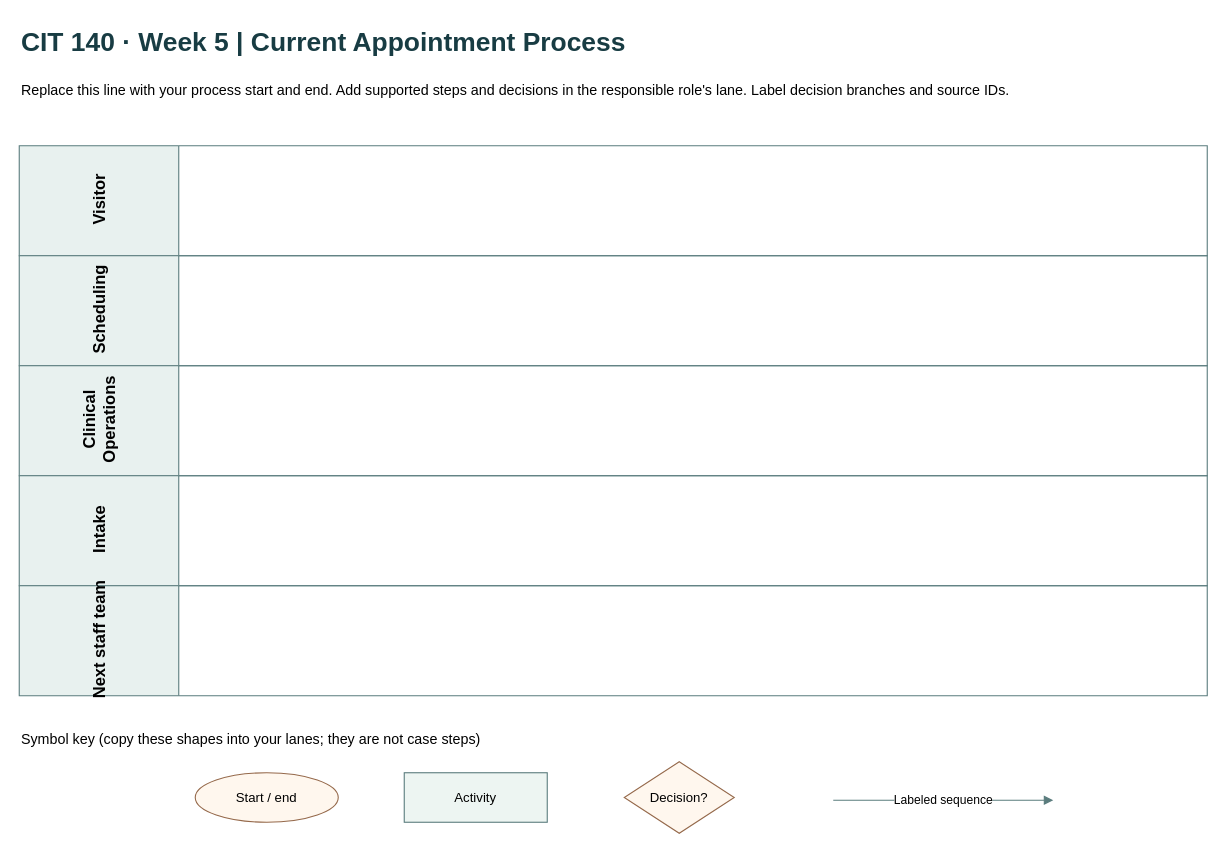
Before: page "Current Process" (1 of 2) of Week05_How_does_the_work_happen_now/CIT140_Week05_Process_Model_Starter.drawio in Acetamin1102/CIT140-Portfolio, a draw.io diagram. Source tidied: cells renumbered, new cells numbered last; positions are measured from the earlier drawing's top-left corner, leaving out a move shared by most shapes. Both pictures are drawn from the tidied source at 110%, with x=0, y=0 at pixel (19, 19).
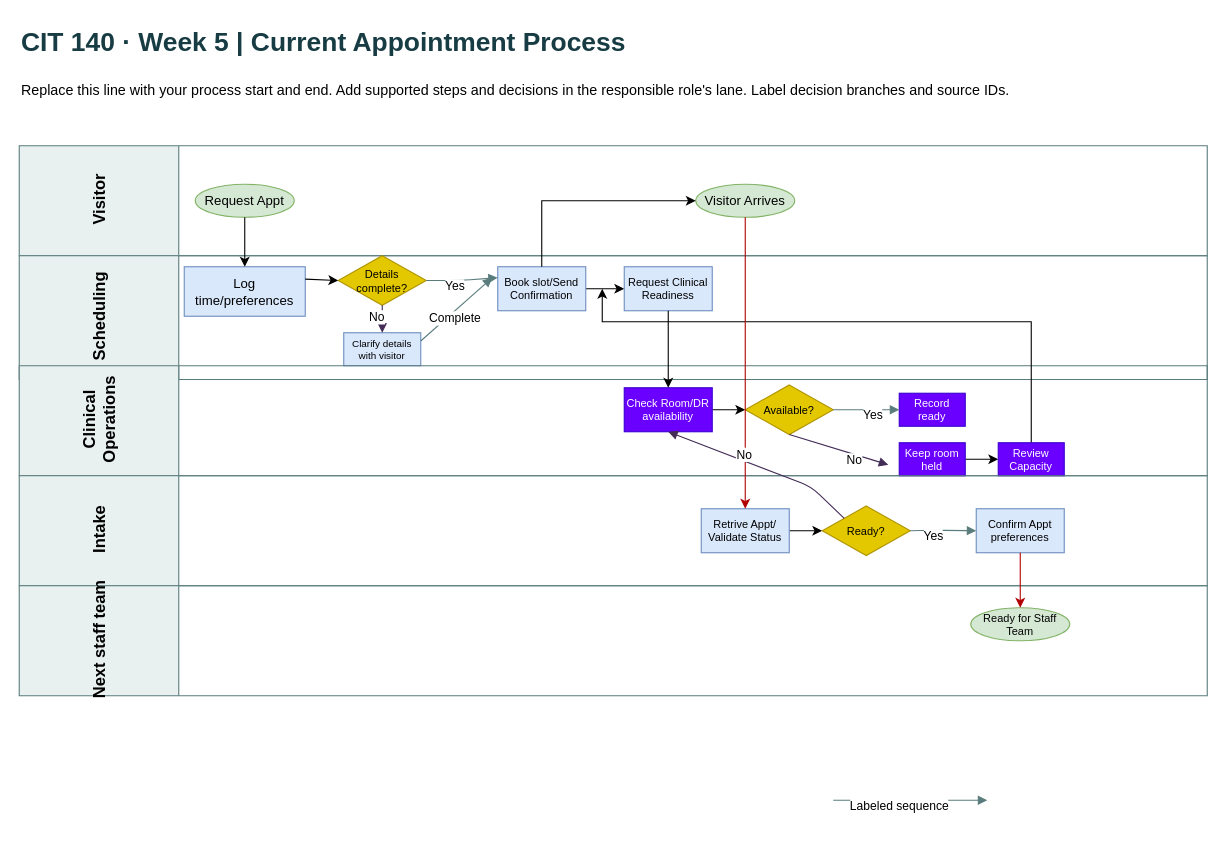
Above is the later version.

The change refers to these unchanged cells:
```xml
<mxCell id="4" value="Visitor" style="swimlane;horizontal=0;startSize=145;html=1;fillColor=#e8f1ef;strokeColor=#5a7c7d;fontSize=15;fontStyle=1;" parent="1" vertex="1">
  <mxGeometry y="115" width="1080" height="100" as="geometry" />
</mxCell>
```

What changed in the source:
```diff
@@
+    <mxCell id="10" value="Request Appt" style="ellipse;whiteSpace=wrap;html=1;fillColor=#d5e8d4;strokeColor=#82b366;" parent="4" vertex="1">
+      <mxGeometry x="160" y="35" width="90" height="30" as="geometry" />
+    </mxCell>
+    <mxCell id="14" value="Visitor Arrives" style="ellipse;whiteSpace=wrap;html=1;fillColor=#d5e8d4;strokeColor=#82b366;" parent="4" vertex="1">
+      <mxGeometry x="615" y="35" width="90" height="30" as="geometry" />
+    </mxCell>
     <mxCell id="5" value="Scheduling" style="swimlane;horizontal=0;startSize=145;html=1;fillColor=#e8f1ef;strokeColor=#5a7c7d;fontSize=15;fontStyle=1;" parent="1" vertex="1">
-      <mxGeometry y="215" width="1080" height="100" as="geometry" />
+      <mxGeometry y="215" width="1080" height="112.5" as="geometry" />
     </mxCell>
-    <mxCell id="6" value="Clinical&lt;br&gt;Operations" style="swimlane;horizontal=0;startSize=145;html=1;fillColor=#e8f1ef;strokeColor=#5a7c7d;fontSize=15;fontStyle=1;" parent="1" vertex="1">
-      <mxGeometry y="315" width="1080" height="100" as="geometry" />
-    </mxCell>
-    <mxCell id="7" value="Intake" style="swimlane;horizontal=0;startSize=145;html=1;fillColor=#e8f1ef;strokeColor=#5a7c7d;fontSize=15;fontStyle=1;" parent="1" vertex="1">
-      <mxGeometry y="415" width="1080" height="100" as="geometry" />
-    </mxCell>
-    <mxCell id="8" value="Next staff team" style="swimlane;horizontal=0;startSize=145;html=1;fillColor=#e8f1ef;strokeColor=#5a7c7d;fontSize=15;fontStyle=1;" parent="1" vertex="1">
-      <mxGeometry y="515" width="1080" height="100" as="geometry" />
-    </mxCell>
-    <mxCell id="9" value="Symbol key (copy these shapes into your lanes; they are not case steps)" style="text;html=1;fontSize=13;align=left;" parent="1" vertex="1">
-      <mxGeometry y="640" width="1080" height="30" as="geometry" />
-    </mxCell>
-    <mxCell id="10" value="Start / end" style="ellipse;whiteSpace=wrap;html=1;fillColor=#fff7ee;strokeColor=#95694b;" parent="1" vertex="1">
-      <mxGeometry x="160" y="685" width="130" height="45" as="geometry" />
-    </mxCell>
-    <mxCell id="11" value="Activity" style="rounded=0;whiteSpace=wrap;html=1;fillColor=#edf5f2;strokeColor=#5a7c7d;" parent="1" vertex="1">
-      <mxGeometry x="350" y="685" width="130" height="45" as="geometry" />
+    <mxCell id="11" value="Log time/preferences" style="rounded=0;whiteSpace=wrap;html=1;fillColor=#dae8fc;strokeColor=#6c8ebf;" parent="5" vertex="1">
+      <mxGeometry x="150" y="10" width="110" height="45" as="geometry" />
     </mxCell>
-    <mxCell id="12" value="Decision?" style="rhombus;whiteSpace=wrap;html=1;fillColor=#fff7ee;strokeColor=#95694b;" parent="1" vertex="1">
-      <mxGeometry x="550" y="675" width="100" height="65" as="geometry" />
+    <mxCell id="12" value="Details complete?" style="rhombus;whiteSpace=wrap;html=1;fillColor=#e3c800;strokeColor=#B09500;fontSize=10;fontColor=#000000;" parent="5" vertex="1">
+      <mxGeometry x="290" width="80" height="45" as="geometry" />
     </mxCell>
+    <mxCell id="15" value="Clarify details with visitor" style="rounded=0;whiteSpace=wrap;html=1;fillColor=#dae8fc;strokeColor=#6c8ebf;fontSize=9;" parent="5" vertex="1">
+      <mxGeometry x="295" y="70" width="70" height="30" as="geometry" />
+    </mxCell>
+    <mxCell id="16" value="No" style="endArrow=block;html=1;strokeColor=#432D57;exitX=0.5;exitY=1;exitDx=0;exitDy=0;entryX=0.5;entryY=0;entryDx=0;entryDy=0;fillColor=#76608a;" parent="5" edge="1" source="12" target="15">
+      <mxGeometry x="-0.14" y="-5" relative="1" as="geometry" />
+    </mxCell>
+    <mxCell id="17" style="endArrow=classic;html=1;rounded=0;exitX=1;exitY=0.25;exitDx=0;exitDy=0;entryX=0;entryY=0.5;entryDx=0;entryDy=0;" parent="5" edge="1" source="11" target="12">
+      <mxGeometry relative="1" as="geometry" />
+    </mxCell>
+    <mxCell id="18" style="edgeStyle=orthogonalEdgeStyle;rounded=0;jettySize=auto;html=1;entryX=0;entryY=0.5;entryDx=0;entryDy=0;" parent="5" edge="1" source="19" target="21">
+      <mxGeometry relative="1" as="geometry" />
+    </mxCell>
+    <mxCell id="19" value="Book slot/Send Confirmation" style="rounded=0;whiteSpace=wrap;html=1;fillColor=#dae8fc;strokeColor=#6c8ebf;fontSize=10;" parent="5" vertex="1">
+      <mxGeometry x="435" y="10" width="80" height="40" as="geometry" />
+    </mxCell>
+    <mxCell id="20" value="Yes" style="endArrow=block;html=1;strokeColor=#5a7c7d;exitX=1;exitY=0.5;exitDx=0;exitDy=0;entryX=0;entryY=0.25;entryDx=0;entryDy=0;" parent="5" edge="1" source="12" target="19">
+      <mxGeometry x="-0.2" y="-5" relative="1" as="geometry">
+        <Array as="points">
+          <mxPoint x="400" y="22.5" />
+        </Array>
+      </mxGeometry>
+    </mxCell>
+    <mxCell id="21" value="Request Clinical Readiness" style="rounded=0;whiteSpace=wrap;html=1;fillColor=#dae8fc;strokeColor=#6c8ebf;fontSize=10;" parent="5" vertex="1">
+      <mxGeometry x="550" y="10" width="80" height="40" as="geometry" />
+    </mxCell>
+    <mxCell id="6" value="Clinical&lt;br&gt;Operations" style="swimlane;horizontal=0;startSize=145;html=1;fillColor=#e8f1ef;strokeColor=#5a7c7d;fontSize=15;fontStyle=1;" parent="1" vertex="1">
+      <mxGeometry y="315" width="1080" height="100" as="geometry" />
+    </mxCell>
+    <mxCell id="22" style="edgeStyle=orthogonalEdgeStyle;rounded=0;jettySize=auto;html=1;entryX=0;entryY=0.5;entryDx=0;entryDy=0;" parent="6" edge="1" source="23" target="24">
+      <mxGeometry relative="1" as="geometry" />
+    </mxCell>
+    <mxCell id="23" value="Check Room/DR availability" style="rounded=0;whiteSpace=wrap;html=1;fillColor=#6a00ff;strokeColor=#3700CC;fontSize=10;fontColor=#ffffff;" parent="6" vertex="1">
+      <mxGeometry x="550" y="20" width="80" height="40" as="geometry" />
+    </mxCell>
+    <mxCell id="24" value="Available?" style="rhombus;whiteSpace=wrap;html=1;fillColor=#e3c800;strokeColor=#B09500;fontSize=10;fontColor=#000000;" parent="6" vertex="1">
+      <mxGeometry x="660" y="17.5" width="80" height="45" as="geometry" />
+    </mxCell>
+    <mxCell id="25" style="edgeStyle=orthogonalEdgeStyle;rounded=0;jettySize=auto;html=1;" parent="6" edge="1" source="26" target="30">
+      <mxGeometry relative="1" as="geometry" />
+    </mxCell>
+    <mxCell id="26" value="Keep room held" style="rounded=0;whiteSpace=wrap;html=1;fillColor=#6a00ff;strokeColor=#3700CC;fontSize=10;fontColor=#ffffff;" parent="6" vertex="1">
+      <mxGeometry x="800" y="70" width="60" height="30" as="geometry" />
+    </mxCell>
+    <mxCell id="27" value="Record ready" style="rounded=0;whiteSpace=wrap;html=1;fillColor=#6a00ff;strokeColor=#3700CC;fontSize=10;fontColor=#ffffff;" parent="6" vertex="1">
+      <mxGeometry x="800" y="25" width="60" height="30" as="geometry" />
+    </mxCell>
+    <mxCell id="28" value="Yes" style="endArrow=block;html=1;strokeColor=#5a7c7d;exitX=1;exitY=0.5;exitDx=0;exitDy=0;entryX=0;entryY=0.5;entryDx=0;entryDy=0;" parent="6" edge="1" source="24" target="27">
+      <mxGeometry x="0.2" y="-5" relative="1" as="geometry" />
+    </mxCell>
+    <mxCell id="29" style="edgeStyle=orthogonalEdgeStyle;rounded=0;jettySize=auto;html=1;" parent="6" edge="1" source="30">
+      <mxGeometry relative="1" as="geometry">
+        <mxPoint x="530" y="-70" as="targetPoint" />
+        <Array as="points">
+          <mxPoint x="920" y="-40" />
+          <mxPoint x="530" y="-40" />
+        </Array>
+      </mxGeometry>
+    </mxCell>
+    <mxCell id="30" value="Review Capacity" style="rounded=0;whiteSpace=wrap;html=1;fillColor=#6a00ff;strokeColor=#3700CC;fontSize=10;fontColor=#ffffff;" parent="6" vertex="1">
+      <mxGeometry x="890" y="70" width="60" height="30" as="geometry" />
+    </mxCell>
+    <mxCell id="7" value="Intake" style="swimlane;horizontal=0;startSize=145;html=1;fillColor=#e8f1ef;strokeColor=#5a7c7d;fontSize=15;fontStyle=1;" parent="1" vertex="1">
+      <mxGeometry y="415" width="1080" height="100" as="geometry" />
+    </mxCell>
+    <mxCell id="31" style="edgeStyle=orthogonalEdgeStyle;rounded=0;jettySize=auto;html=1;entryX=0;entryY=0.5;entryDx=0;entryDy=0;" parent="7" edge="1" source="32" target="33">
+      <mxGeometry relative="1" as="geometry" />
+    </mxCell>
+    <mxCell id="32" value="Retrive Appt/ Validate Status" style="rounded=0;whiteSpace=wrap;html=1;fillColor=#dae8fc;strokeColor=#6c8ebf;fontSize=10;" parent="7" vertex="1">
+      <mxGeometry x="620" y="30" width="80" height="40" as="geometry" />
+    </mxCell>
+    <mxCell id="33" value="Ready?" style="rhombus;whiteSpace=wrap;html=1;fillColor=#e3c800;strokeColor=#B09500;fontSize=10;fontColor=#000000;" parent="7" vertex="1">
+      <mxGeometry x="730" y="27.5" width="80" height="45" as="geometry" />
+    </mxCell>
+    <mxCell id="34" value="Yes" style="endArrow=block;html=1;strokeColor=#5a7c7d;entryX=0;entryY=0.5;entryDx=0;entryDy=0;" parent="7" edge="1" target="35">
+      <mxGeometry x="-0.3" y="-5" relative="1" as="geometry">
+        <mxPoint x="810" y="50" as="sourcePoint" />
+        <Array as="points">
+          <mxPoint x="830" y="49.5" />
+        </Array>
+      </mxGeometry>
+    </mxCell>
+    <mxCell id="35" value="Confirm Appt preferences" style="rounded=0;whiteSpace=wrap;html=1;fillColor=#dae8fc;strokeColor=#6c8ebf;fontSize=10;" parent="7" vertex="1">
+      <mxGeometry x="870" y="30" width="80" height="40" as="geometry" />
+    </mxCell>
+    <mxCell id="8" value="Next staff team" style="swimlane;horizontal=0;startSize=145;html=1;fillColor=#e8f1ef;strokeColor=#5a7c7d;fontSize=15;fontStyle=1;" parent="1" vertex="1">
+      <mxGeometry y="515" width="1080" height="100" as="geometry" />
+    </mxCell>
+    <mxCell id="36" value="Ready for Staff Team" style="ellipse;whiteSpace=wrap;html=1;fillColor=#d5e8d4;strokeColor=#82b366;fontSize=10;" parent="8" vertex="1">
+      <mxGeometry x="865" y="20" width="90" height="30" as="geometry" />
+    </mxCell>
     <mxCell id="13" value="Labeled sequence" style="endArrow=block;html=1;strokeColor=#5a7c7d;" parent="1" edge="1">
-      <mxGeometry relative="1" as="geometry">
+      <mxGeometry x="-0.14" y="-5" relative="1" as="geometry">
         <mxPoint x="740" y="710" as="sourcePoint" />
-        <mxPoint x="940" y="710" as="targetPoint" />
+        <mxPoint x="880" y="710" as="targetPoint" />
       </mxGeometry>
     </mxCell>
+    <mxCell id="37" style="edgeStyle=orthogonalEdgeStyle;rounded=0;jettySize=auto;html=1;" parent="1" edge="1" source="10" target="11">
+      <mxGeometry relative="1" as="geometry" />
+    </mxCell>
+    <mxCell id="38" value="Complete" style="endArrow=block;html=1;strokeColor=#5a7c7d;exitX=1;exitY=0.25;exitDx=0;exitDy=0;" parent="1" edge="1" source="15">
+      <mxGeometry x="-0.14" y="-5" relative="1" as="geometry">
+        <mxPoint x="430" y="235" as="targetPoint" />
+      </mxGeometry>
+    </mxCell>
+    <mxCell id="39" style="edgeStyle=orthogonalEdgeStyle;rounded=0;jettySize=auto;html=1;entryX=0;entryY=0.5;entryDx=0;entryDy=0;exitX=0.5;exitY=0;exitDx=0;exitDy=0;" parent="1" edge="1" source="19" target="14">
+      <mxGeometry relative="1" as="geometry" />
+    </mxCell>
+    <mxCell id="40" style="edgeStyle=orthogonalEdgeStyle;rounded=0;jettySize=auto;html=1;entryX=0.5;entryY=0;entryDx=0;entryDy=0;" parent="1" edge="1" source="21" target="23">
+      <mxGeometry relative="1" as="geometry" />
+    </mxCell>
+    <mxCell id="41" value="No" style="endArrow=block;html=1;strokeColor=#432D57;exitX=0.5;exitY=1;exitDx=0;exitDy=0;fillColor=#76608a;" parent="1" edge="1" source="24">
+      <mxGeometry x="0.34" y="-5" relative="1" as="geometry">
+        <mxPoint x="790" y="405" as="targetPoint" />
+      </mxGeometry>
+    </mxCell>
+    <mxCell id="42" style="edgeStyle=orthogonalEdgeStyle;rounded=0;jettySize=auto;html=1;entryX=0.5;entryY=0;entryDx=0;entryDy=0;fillColor=#e51400;strokeColor=#B20000;" parent="1" edge="1" source="35" target="36">
+      <mxGeometry relative="1" as="geometry" />
+    </mxCell>
+    <mxCell id="43" style="edgeStyle=orthogonalEdgeStyle;rounded=0;jettySize=auto;html=1;entryX=0.5;entryY=0;entryDx=0;entryDy=0;fontColor=light-dark(default, #a30f0f);fillColor=#e51400;strokeColor=#B20000;" parent="1" edge="1" source="14" target="32">
+      <mxGeometry relative="1" as="geometry" />
+    </mxCell>
+    <mxCell id="44" value="No" style="endArrow=block;html=1;strokeColor=#432D57;exitX=0;exitY=0;exitDx=0;exitDy=0;entryX=0.5;entryY=1;entryDx=0;entryDy=0;fillColor=#76608a;" parent="1" edge="1" source="33" target="23">
+      <mxGeometry x="0.2" y="-5" relative="1" as="geometry">
+        <Array as="points">
+          <mxPoint x="720" y="425" />
+        </Array>
+      </mxGeometry>
+    </mxCell>
```
